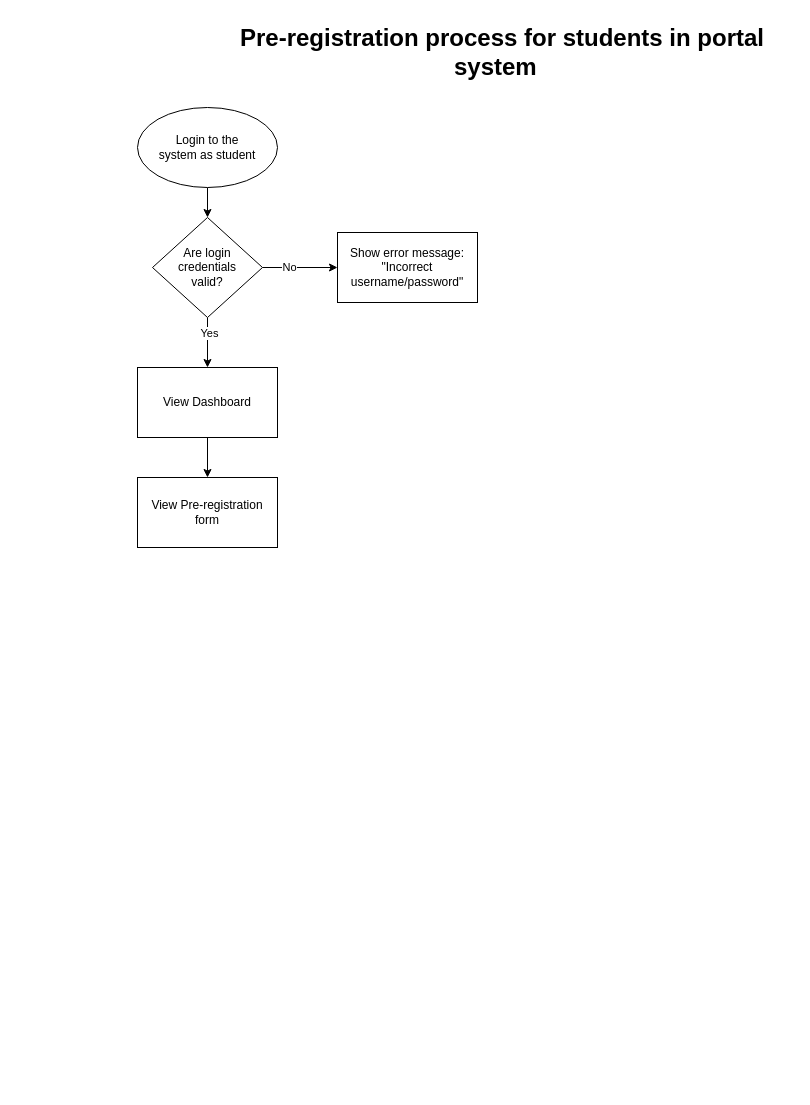
Above: Flowcharts/Pre-registration for Students In School Portal System (Assignment).drawio in samantha-arabella-r/School-Works (draw.io), before the change. Source tidied: cells renumbered, new cells numbered last; positions are measured from the earlier drawing's top-left corner, leaving out a move shared by most shapes. Both pictures are drawn from the tidied source at 100%, with x=0, y=0 at pixel (137, 17).
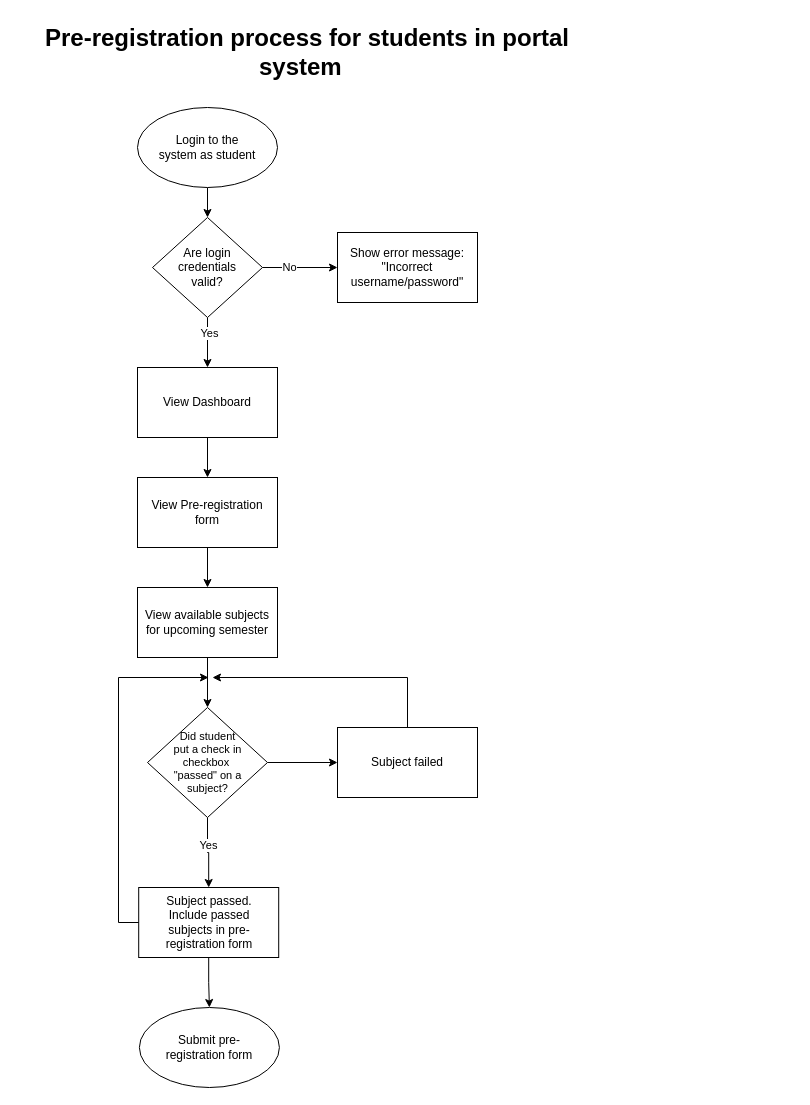
The same diagram, later.

Unchanged cells that the change refers to:
```xml
<mxCell id="17" style="rounded=0;whiteSpace=wrap;html=1;" parent="1" vertex="1">
  <mxGeometry y="460" width="140" height="70" as="geometry" />
</mxCell>
```

Diff of the diagram source:
```diff
@@
     <mxCell id="4" value="&lt;h1 style=&quot;margin-top: 0px;&quot;&gt;Pre-registration process for students in portal system&amp;nbsp;&amp;nbsp;&lt;/h1&gt;" style="text;html=1;whiteSpace=wrap;overflow=hidden;rounded=0;align=center;" parent="1" vertex="1">
-      <mxGeometry x="75" width="580" height="70" as="geometry" />
+      <mxGeometry x="-120" width="580" height="70" as="geometry" />
     </mxCell>
@@
+    <mxCell id="19" style="edgeStyle=orthogonalEdgeStyle;rounded=0;jettySize=auto;html=1;exitX=0.5;exitY=1;exitDx=0;exitDy=0;entryX=0.5;entryY=0;entryDx=0;entryDy=0;" parent="1" edge="1" source="17" target="21">
+      <mxGeometry relative="1" as="geometry" />
+    </mxCell>
@@
+    <mxCell id="20" style="edgeStyle=orthogonalEdgeStyle;rounded=0;jettySize=auto;html=1;exitX=0.5;exitY=1;exitDx=0;exitDy=0;entryX=0.5;entryY=0;entryDx=0;entryDy=0;" parent="1" edge="1" source="21" target="26">
+      <mxGeometry relative="1" as="geometry" />
+    </mxCell>
+    <mxCell id="21" style="rounded=0;whiteSpace=wrap;html=1;" parent="1" vertex="1">
+      <mxGeometry y="570" width="140" height="70" as="geometry" />
+    </mxCell>
+    <mxCell id="22" value="View available subjects for upcoming semester" style="text;html=1;align=center;verticalAlign=middle;whiteSpace=wrap;rounded=0;" parent="1" vertex="1">
+      <mxGeometry y="585" width="140" height="40" as="geometry" />
+    </mxCell>
+    <mxCell id="23" style="edgeStyle=orthogonalEdgeStyle;rounded=0;jettySize=auto;html=1;exitX=0.5;exitY=1;exitDx=0;exitDy=0;entryX=0.5;entryY=0;entryDx=0;entryDy=0;" parent="1" edge="1" source="26" target="32">
+      <mxGeometry relative="1" as="geometry" />
+    </mxCell>
+    <mxCell id="24" value="Yes" style="edgeLabel;html=1;align=center;verticalAlign=middle;" parent="23" vertex="1">
+      <mxGeometry x="-0.24" relative="1" as="geometry" />
+    </mxCell>
+    <mxCell id="25" style="edgeStyle=orthogonalEdgeStyle;rounded=0;jettySize=auto;html=1;" parent="1" edge="1" source="26" target="30">
+      <mxGeometry relative="1" as="geometry" />
+    </mxCell>
+    <mxCell id="26" style="rhombus;whiteSpace=wrap;html=1;" parent="1" vertex="1">
+      <mxGeometry x="10" y="690" width="120" height="110" as="geometry" />
+    </mxCell>
+    <mxCell id="27" value="Did student put a check in checkbox&amp;nbsp; &quot;passed&quot; on a subject?" style="text;html=1;align=center;verticalAlign=middle;whiteSpace=wrap;rounded=0;fontSize=11;" parent="1" vertex="1">
+      <mxGeometry x="32.5" y="730" width="75" height="30" as="geometry" />
+    </mxCell>
+    <mxCell id="28" style="edgeStyle=orthogonalEdgeStyle;rounded=0;jettySize=auto;html=1;" parent="1" edge="1" source="29">
+      <mxGeometry relative="1" as="geometry">
+        <mxPoint x="75" y="660" as="targetPoint" />
+        <Array as="points">
+          <mxPoint x="270" y="660" />
+        </Array>
+      </mxGeometry>
+    </mxCell>
+    <mxCell id="29" style="rounded=0;whiteSpace=wrap;html=1;" parent="1" vertex="1">
+      <mxGeometry x="200" y="710" width="140" height="70" as="geometry" />
+    </mxCell>
+    <mxCell id="30" value="Subject failed" style="text;html=1;align=center;verticalAlign=middle;whiteSpace=wrap;rounded=0;" parent="1" vertex="1">
+      <mxGeometry x="200" y="725" width="140" height="40" as="geometry" />
+    </mxCell>
+    <mxCell id="31" style="edgeStyle=orthogonalEdgeStyle;rounded=0;jettySize=auto;html=1;exitX=0.5;exitY=1;exitDx=0;exitDy=0;entryX=0.5;entryY=0;entryDx=0;entryDy=0;" parent="1" edge="1" source="32" target="34">
+      <mxGeometry relative="1" as="geometry" />
+    </mxCell>
+    <mxCell id="32" style="rounded=0;whiteSpace=wrap;html=1;" parent="1" vertex="1">
+      <mxGeometry x="1.2" y="870" width="140" height="70" as="geometry" />
+    </mxCell>
+    <mxCell id="33" value="Subject passed. Include passed subjects in pre-registration form" style="text;html=1;align=center;verticalAlign=middle;whiteSpace=wrap;rounded=0;" parent="1" vertex="1">
+      <mxGeometry x="15" y="887.5" width="113.8" height="35" as="geometry" />
+    </mxCell>
+    <mxCell id="34" style="ellipse;whiteSpace=wrap;html=1;" parent="1" vertex="1">
+      <mxGeometry x="1.9" y="990" width="140" height="80" as="geometry" />
+    </mxCell>
+    <mxCell id="35" value="Submit pre-registration form" style="text;html=1;align=center;verticalAlign=middle;whiteSpace=wrap;rounded=0;" parent="1" vertex="1">
+      <mxGeometry x="21.9" y="1015" width="100" height="30" as="geometry" />
+    </mxCell>
+    <mxCell id="36" style="edgeStyle=orthogonalEdgeStyle;rounded=0;jettySize=auto;html=1;exitX=0;exitY=0.5;exitDx=0;exitDy=0;" parent="1" edge="1" source="32">
+      <mxGeometry relative="1" as="geometry">
+        <mxPoint x="71" y="660" as="targetPoint" />
+        <Array as="points">
+          <mxPoint x="-19" y="905" />
+          <mxPoint x="-19" y="660" />
+        </Array>
+      </mxGeometry>
+    </mxCell>
```
